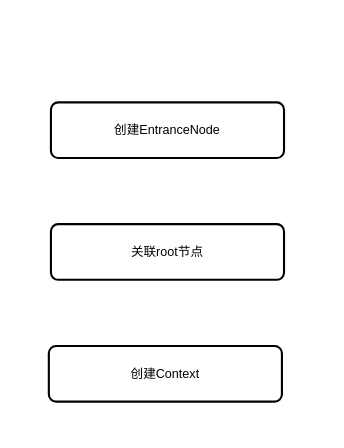
Above: Sentinel.drawio in codersm/diagram (draw.io), before the change. Source tidied: cells renumbered, new cells numbered last; positions are measured from the earlier drawing's top-left corner, leaving out a move shared by most shapes. Both pictures are drawn from the tidied source at 105%, with x=0, y=0 at pixel (48, 102).
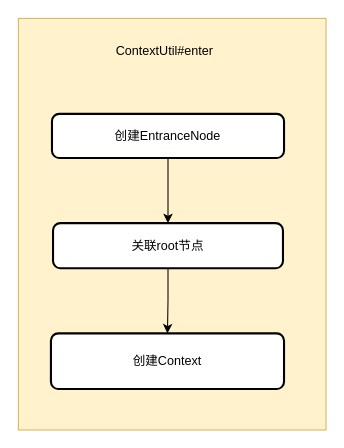
The same page after the edit.

Change to the diagram source:
```diff
@@
 <mxGraphModel>
   <root>
     <mxCell id="0" />
     <mxCell id="1" parent="0" />
+    <mxCell id="5" style="rounded=0;whiteSpace=wrap;html=1;fillColor=#fff2cc;strokeColor=#d6b656;" parent="1" vertex="1">
+      <mxGeometry x="-29" y="-80" width="293" height="392" as="geometry" />
+    </mxCell>
+    <mxCell id="6" style="edgeStyle=orthogonalEdgeStyle;rounded=0;jettySize=auto;html=1;exitX=0.5;exitY=1;exitDx=0;exitDy=0;entryX=0.5;entryY=0;entryDx=0;entryDy=0;" parent="1" edge="1" source="2" target="3">
+      <mxGeometry relative="1" as="geometry" />
+    </mxCell>
     <mxCell id="2" value="&lt;span style=&quot;font-size: 12px&quot;&gt;创建EntranceNode&lt;/span&gt;" style="rounded=1;whiteSpace=wrap;html=1;absoluteArcSize=1;arcSize=14;strokeWidth=2;" parent="1" vertex="1">
-      <mxGeometry x="2" width="222" height="53" as="geometry" />
+      <mxGeometry x="3" y="11" width="221" height="42" as="geometry" />
     </mxCell>
+    <mxCell id="7" style="edgeStyle=orthogonalEdgeStyle;rounded=0;jettySize=auto;html=1;exitX=0.5;exitY=1;exitDx=0;exitDy=0;" parent="1" edge="1" source="3" target="4">
+      <mxGeometry relative="1" as="geometry" />
+    </mxCell>
     <mxCell id="3" value="关联root节点" style="rounded=1;whiteSpace=wrap;html=1;absoluteArcSize=1;arcSize=14;strokeWidth=2;" parent="1" vertex="1">
-      <mxGeometry x="2" y="116" width="222" height="53" as="geometry" />
+      <mxGeometry x="4" y="115" width="219" height="43" as="geometry" />
     </mxCell>
     <mxCell id="4" value="创建Context" style="rounded=1;whiteSpace=wrap;html=1;absoluteArcSize=1;arcSize=14;strokeWidth=2;" parent="1" vertex="1">
-      <mxGeometry y="232" width="222" height="53" as="geometry" />
+      <mxGeometry x="2" y="220" width="222" height="53" as="geometry" />
     </mxCell>
+    <mxCell id="8" value="ContextUtil#enter" style="text;html=1;strokeColor=none;fillColor=none;align=center;verticalAlign=middle;whiteSpace=wrap;rounded=0;" parent="1" vertex="1">
+      <mxGeometry x="45" y="-59" width="131" height="20" as="geometry" />
+    </mxCell>
   </root>
 </mxGraphModel>
```
